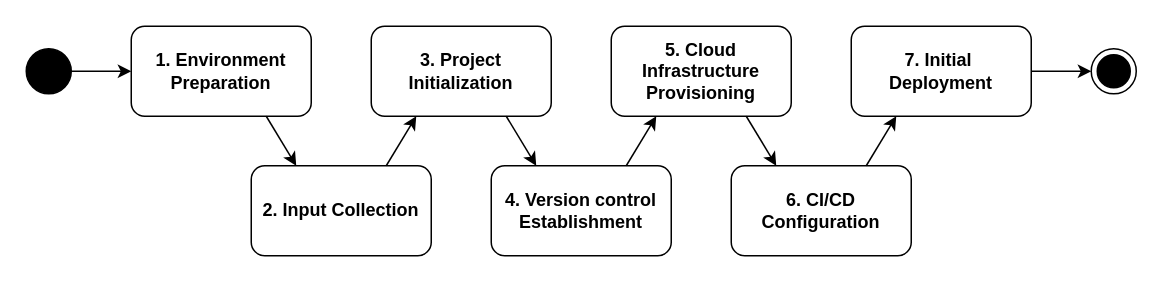
Above: the_flow.drawio in oscarmarcussen/master_diagram (draw.io), before the change. Source tidied: cells renumbered, new cells numbered last; positions are measured from the earlier drawing's top-left corner, leaving out a move shared by most shapes. Both pictures are drawn from the tidied source at 150%, with x=0, y=0 at pixel (26, 26).
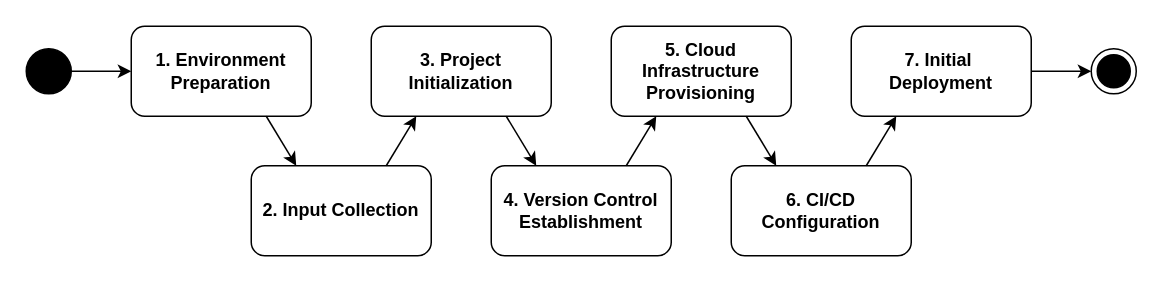
After the change.

Change to the diagram source:
```diff
@@
-    <mxCell id="5" value="&lt;b&gt;4.&amp;nbsp;&lt;/b&gt;&lt;span class=&quot;notion-enable-hover&quot; style=&quot;font-weight:600&quot;&gt;Version control Establishment&lt;/span&gt;" style="rounded=1;whiteSpace=wrap;html=1;" parent="1" vertex="1">
+    <mxCell id="5" value="&lt;b&gt;4.&amp;nbsp;&lt;/b&gt;&lt;span class=&quot;notion-enable-hover&quot; style=&quot;font-weight:600&quot;&gt;Version Control Establishment&lt;/span&gt;" style="rounded=1;whiteSpace=wrap;html=1;" parent="1" vertex="1">
       <mxGeometry x="310" y="93" width="120" height="60" as="geometry" />
     </mxCell>
```
